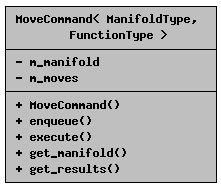
acgetchell/CDT-plusplus keeps this Graphviz diagram as class_move_command__coll__graph.png. Above is the earlier version. Its source is kept beside it as class_move_command__coll__graph.dot.
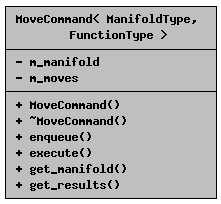
Later version of the same file.

Change to the diagram source:
```diff
@@ -2,5 +2,5 @@
 {
   edge [fontname="Helvetica",fontsize="10",labelfontname="Helvetica",labelfontsize="10"];
   node [fontname="Helvetica",fontsize="10",shape=record];
-  Node1 [label="{MoveCommand\< ManifoldType,\l FunctionType \>\n|- m_manifold\l- m_moves\l|+ MoveCommand()\l+ enqueue()\l+ execute()\l+ get_manifold()\l+ get_results()\l}",height=0.2,width=0.4,color="black", fillcolor="grey75", style="filled", fontcolor="black",tooltip=" "];
+  Node1 [label="{MoveCommand\< ManifoldType,\l FunctionType \>\n|- m_manifold\l- m_moves\l|+ MoveCommand()\l+ ~MoveCommand()\l+ enqueue()\l+ execute()\l+ get_manifold()\l+ get_results()\l}",height=0.2,width=0.4,color="black", fillcolor="grey75", style="filled", fontcolor="black",tooltip=" "];
 }
```
